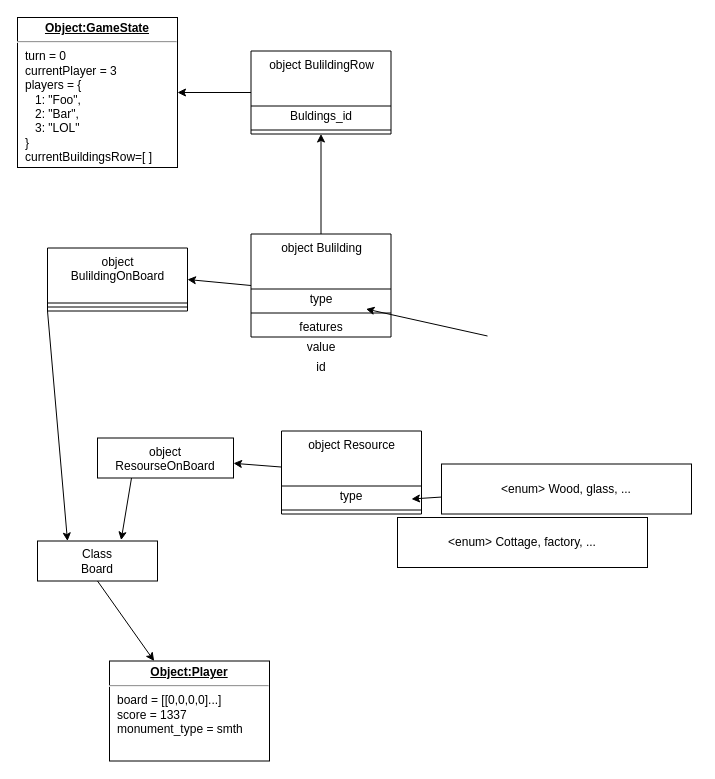
Before: page "Архитектура" (3 of 3) of map.drawio in govzman/tiny_towns, a draw.io diagram. Source tidied: cells renumbered, new cells numbered last; positions are measured from the earlier drawing's top-left corner, leaving out a move shared by most shapes. Both pictures are drawn from the tidied source at 100%, with x=0, y=0 at pixel (17, 17).
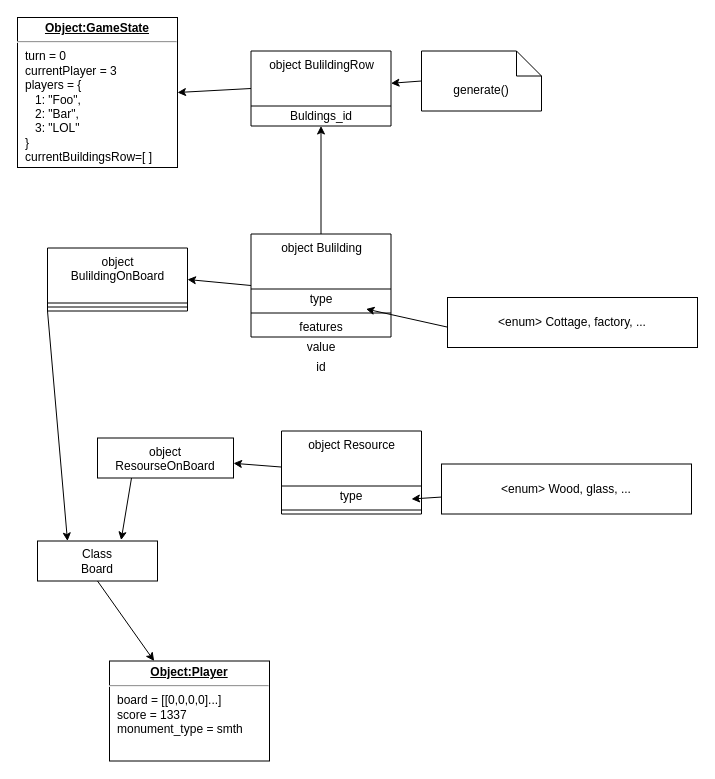
After the change.

What changed in the source:
```diff
@@
     <mxCell id="11" value="&amp;lt;enum&amp;gt; Cottage, factory, ..." style="rounded=0;whiteSpace=wrap;html=1;" parent="1" vertex="1">
-      <mxGeometry x="380" y="500" width="250" height="50" as="geometry" />
+      <mxGeometry x="430" y="280" width="250" height="50" as="geometry" />
     </mxCell>
@@
     <mxCell id="14" value="object BulildingRow" style="swimlane;fontStyle=0;align=center;verticalAlign=top;horizontal=1;startSize=55;html=1;" parent="1" vertex="1">
-      <mxGeometry x="233.5" y="33.5" width="140" height="83" as="geometry" />
+      <mxGeometry x="233.5" y="33.5" width="140" height="75" as="geometry" />
     </mxCell>
@@
-    <mxCell id="16" style="line;strokeWidth=1;fillColor=none;align=left;verticalAlign=middle;spacingTop=-1;spacingLeft=3;spacingRight=3;labelPosition=right;" parent="14" vertex="1">
-      <mxGeometry y="75" width="140" height="8" as="geometry" />
-    </mxCell>
@@
+    <mxCell id="31" style="edgeStyle=none;html=1;exitX=0;exitY=0.5;exitDx=0;exitDy=0;exitPerimeter=0;" parent="1" edge="1" source="32" target="14">
+      <mxGeometry relative="1" as="geometry" />
+    </mxCell>
+    <mxCell id="32" value="generate()" style="shape=note2;boundedLbl=1;whiteSpace=wrap;html=1;size=25;verticalAlign=top;align=center;" parent="1" vertex="1">
+      <mxGeometry x="404" y="33.5" width="120" height="60" as="geometry" />
+    </mxCell>
```
